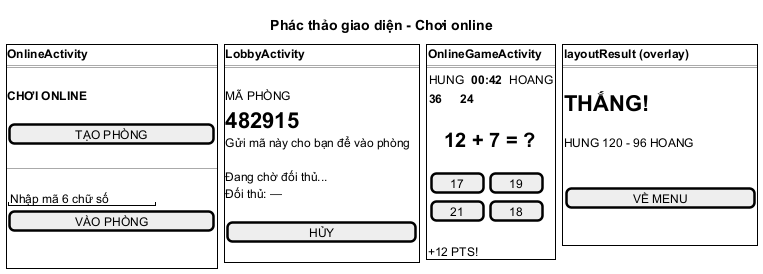
Before: docs/hung/giao-dien-uc05.png, a diagram exported from PlantUML (HungNguyenBa1811/math-dash).
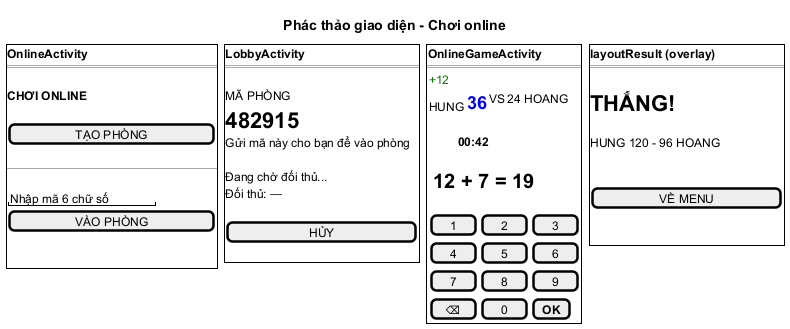
After the change.

The edit, as a diff of the source:
```diff
@@ -31,15 +31,17 @@
   } | . | {+
   <b>OnlineGameActivity
   ==
-  { HUNG | .   | <b>00:42 | .   | HOANG }
-  { <b>36 | .  | .        | .   | <b>24 }
+  {  <color:green>+12</color> | . | . }
+  { HUNG <size:18><b><color:blue>36</color></b></size> | VS | 24 HOANG }
   .
-  <size:20><b>   12 + 7 = ?</b></size>
+  <b>         00:42
   .
-  { [  17  ] | [  19  ] }
-  { [  21  ] | [  18  ] }
+  <size:20><b> 12 + 7 = 19</b></size>
   .
-  +12 PTS!
+  { [  1  ] | [  2  ] | [  3  ] }
+  { [  4  ] | [  5  ] | [  6  ] }
+  { [  7  ] | [  8  ] | [  9  ] }
+  { [  ⌫  ] | [  0  ] | [ <b>OK</b> ] }
   } | . | {+
   <b>layoutResult (overlay)
   ==
```
